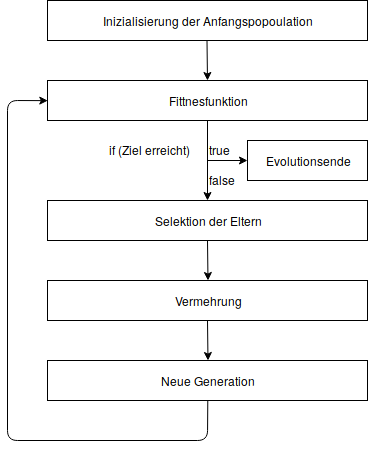
Above: doku/sonstige/Ablauf_kurz.png in OgLocGreen/Genetic_Algorithm (draw.io), before the change. Source tidied: cells renumbered, new cells last; positions are measured from the earlier drawing's top-left corner, leaving out a move shared by most shapes.
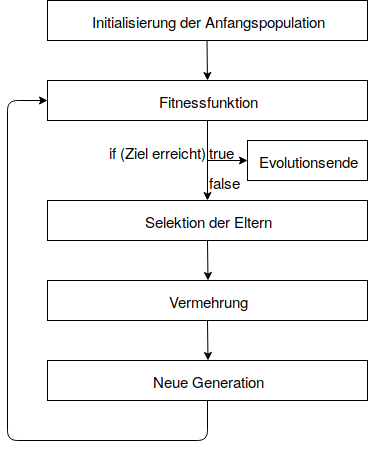
Later version of the same file.

Diff of the diagram source:
```diff
@@ -2,7 +2,7 @@
   <root>
     <mxCell id="0" />
     <mxCell id="1" parent="0" />
-    <mxCell id="2" value="Inizialisierung der Anfangspopoulation" style="rounded=0;whiteSpace=wrap;html=1;" parent="1" vertex="1">
+    <mxCell id="2" value="&lt;font style=&quot;font-size: 15px&quot;&gt;Initialisierung der Anfangspopulation&lt;/font&gt;" style="rounded=0;whiteSpace=wrap;html=1;" parent="1" vertex="1">
       <mxGeometry x="40" width="320" height="40" as="geometry" />
     </mxCell>
     <mxCell id="3" style="endArrow=classic;html=1;" parent="1" edge="1">
@@ -17,7 +17,7 @@
         <mxPoint x="200" y="200" as="targetPoint" />
       </mxGeometry>
     </mxCell>
-    <mxCell id="5" value="Fittnesfunktion" style="rounded=0;whiteSpace=wrap;html=1;" parent="1" vertex="1">
+    <mxCell id="5" value="&lt;font style=&quot;font-size: 15px&quot;&gt;Fitnessfunktion&lt;/font&gt;" style="rounded=0;whiteSpace=wrap;html=1;" parent="1" vertex="1">
       <mxGeometry x="40" y="80" width="320" height="40" as="geometry" />
     </mxCell>
     <mxCell id="6" style="endArrow=classic;html=1;" parent="1" edge="1">
@@ -26,25 +26,25 @@
         <mxPoint x="240" y="160" as="targetPoint" />
       </mxGeometry>
     </mxCell>
-    <mxCell id="7" value="if (Ziel erreicht)" style="text;html=1;align=left;verticalAlign=top;spacingTop=-4;" parent="1" vertex="1">
-      <mxGeometry x="100" y="140" width="100" height="20" as="geometry" />
+    <mxCell id="7" value="&lt;font style=&quot;font-size: 15px&quot;&gt;if (Ziel erreicht)&lt;/font&gt;" style="text;html=1;align=left;verticalAlign=top;spacingTop=-4;" parent="1" vertex="1">
+      <mxGeometry x="100" y="140" width="110" height="20" as="geometry" />
     </mxCell>
-    <mxCell id="8" value="true" style="text;html=1;align=left;verticalAlign=top;spacingTop=-4;" parent="1" vertex="1">
+    <mxCell id="8" value="&lt;font style=&quot;font-size: 15px&quot;&gt;true&lt;/font&gt;" style="text;html=1;align=left;verticalAlign=top;spacingTop=-4;" parent="1" vertex="1">
       <mxGeometry x="200" y="140" width="40" height="20" as="geometry" />
     </mxCell>
-    <mxCell id="9" value="false" style="text;html=1;align=left;verticalAlign=top;spacingTop=-4;" parent="1" vertex="1">
-      <mxGeometry x="200" y="170" width="40" height="20" as="geometry" />
+    <mxCell id="9" value="&lt;font style=&quot;font-size: 15px&quot;&gt;false&lt;/font&gt;" style="text;html=1;align=left;verticalAlign=top;spacingTop=-4;" parent="1" vertex="1">
+      <mxGeometry x="200" y="170" width="50" height="20" as="geometry" />
     </mxCell>
-    <mxCell id="10" value="Evolutionsende" style="rounded=0;whiteSpace=wrap;html=1;" parent="1" vertex="1">
+    <mxCell id="10" value="&lt;font style=&quot;font-size: 15px&quot;&gt;Evolutionsende&lt;/font&gt;" style="rounded=0;whiteSpace=wrap;html=1;" parent="1" vertex="1">
       <mxGeometry x="240" y="140" width="120" height="40" as="geometry" />
     </mxCell>
-    <mxCell id="11" value="Selektion der Eltern" style="rounded=0;whiteSpace=wrap;html=1;" parent="1" vertex="1">
+    <mxCell id="11" value="&lt;font style=&quot;font-size: 15px&quot;&gt;Selektion der Eltern&lt;/font&gt;" style="rounded=0;whiteSpace=wrap;html=1;" parent="1" vertex="1">
       <mxGeometry x="40" y="200" width="320" height="40" as="geometry" />
     </mxCell>
-    <mxCell id="12" value="Vermehrung" style="rounded=0;whiteSpace=wrap;html=1;" parent="1" vertex="1">
+    <mxCell id="12" value="&lt;font style=&quot;font-size: 15px&quot;&gt;Vermehrung&lt;/font&gt;" style="rounded=0;whiteSpace=wrap;html=1;" parent="1" vertex="1">
       <mxGeometry x="40" y="280" width="320" height="40" as="geometry" />
     </mxCell>
-    <mxCell id="13" value="Neue Generation" style="rounded=0;whiteSpace=wrap;html=1;" parent="1" vertex="1">
+    <mxCell id="13" value="&lt;font style=&quot;font-size: 15px&quot;&gt;Neue Generation&lt;/font&gt;" style="rounded=0;whiteSpace=wrap;html=1;" parent="1" vertex="1">
       <mxGeometry x="40" y="360" width="320" height="40" as="geometry" />
     </mxCell>
     <mxCell id="14" style="endArrow=classic;html=1;" parent="1" edge="1">
```
